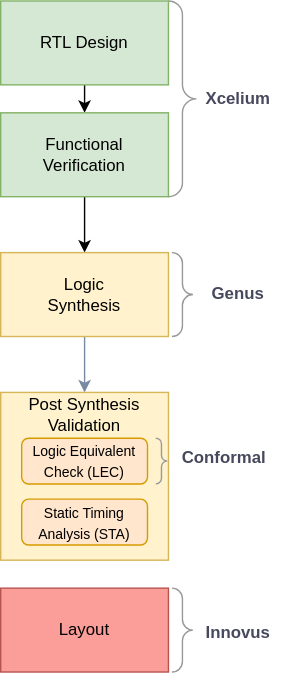
Before: images/design_flow_and_tools.svg, a diagram exported from draw.io (cern143/edabk_SoC_doc). Source tidied: cells renumbered, new cells last; positions are measured from the earlier drawing's top-left corner, leaving out a move shared by most shapes. Its diagram source:
```xml
<mxGraphModel>
  <root>
    <mxCell id="0" />
    <mxCell id="1" parent="0" />
    <mxCell id="2" style="edgeStyle=orthogonalEdgeStyle;rounded=0;jettySize=auto;html=1;exitX=0.5;exitY=1;exitDx=0;exitDy=0;entryX=0.5;entryY=0;entryDx=0;entryDy=0;" parent="1" edge="1" source="3" target="5">
      <mxGeometry relative="1" as="geometry" />
    </mxCell>
    <mxCell id="3" value="RTL Design" style="rounded=0;whiteSpace=wrap;html=1;fillColor=#d5e8d4;strokeColor=#82b366;" parent="1" vertex="1">
      <mxGeometry width="120" height="60" as="geometry" />
    </mxCell>
    <mxCell id="4" style="edgeStyle=orthogonalEdgeStyle;rounded=0;jettySize=auto;html=1;exitX=0.5;exitY=1;exitDx=0;exitDy=0;strokeColor=light-dark(#000000, #6a7a8f);fontColor=#46495D;fillColor=#B2C9AB;" parent="1" edge="1" source="5" target="9">
      <mxGeometry relative="1" as="geometry" />
    </mxCell>
    <mxCell id="5" value="Functional&lt;div&gt;Verification&lt;/div&gt;" style="rounded=0;whiteSpace=wrap;html=1;fillColor=#d5e8d4;strokeColor=#82b366;" parent="1" vertex="1">
      <mxGeometry y="80" width="120" height="60" as="geometry" />
    </mxCell>
    <mxCell id="6" style="labelPosition=right;align=left;strokeWidth=1;shape=mxgraph.mockup.markup.curlyBrace;html=1;shadow=0;dashed=0;strokeColor=#999999;direction=south;" parent="1" vertex="1">
      <mxGeometry x="120" width="20" height="140" as="geometry" />
    </mxCell>
    <mxCell id="7" value="&lt;b&gt;Xcelium&lt;/b&gt;" style="text;html=1;align=center;verticalAlign=middle;whiteSpace=wrap;rounded=0;fontColor=#46495D;" parent="1" vertex="1">
      <mxGeometry x="140" y="55" width="60" height="30" as="geometry" />
    </mxCell>
    <mxCell id="8" style="edgeStyle=orthogonalEdgeStyle;rounded=0;jettySize=auto;html=1;exitX=0.5;exitY=1;exitDx=0;exitDy=0;entryX=0.5;entryY=0;entryDx=0;entryDy=0;strokeColor=#788AA3;fontColor=#46495D;fillColor=#B2C9AB;" parent="1" edge="1" source="9" target="14">
      <mxGeometry relative="1" as="geometry" />
    </mxCell>
    <mxCell id="9" value="Logic&lt;div&gt;Synthesis&lt;/div&gt;" style="rounded=0;whiteSpace=wrap;html=1;fillColor=#fff2cc;strokeColor=#d6b656;" parent="1" vertex="1">
      <mxGeometry y="180" width="120" height="60" as="geometry" />
    </mxCell>
    <mxCell id="10" style="labelPosition=right;align=left;strokeWidth=1;shape=mxgraph.mockup.markup.curlyBrace;html=1;shadow=0;dashed=0;strokeColor=#999999;direction=south;" parent="1" vertex="1">
      <mxGeometry x="120" y="180" width="20" height="60" as="geometry" />
    </mxCell>
    <mxCell id="11" value="&lt;b&gt;Genus&lt;/b&gt;" style="text;html=1;align=center;verticalAlign=middle;whiteSpace=wrap;rounded=0;fontColor=#46495D;" parent="1" vertex="1">
      <mxGeometry x="140" y="188" width="60" height="44" as="geometry" />
    </mxCell>
    <mxCell id="12" style="group;rounded=0;" parent="1" vertex="1">
      <mxGeometry y="280" width="120" height="120" as="geometry" />
    </mxCell>
    <mxCell id="13" style="rounded=0;whiteSpace=wrap;html=1;fillColor=#fff2cc;strokeColor=#d6b656;" parent="12" vertex="1">
      <mxGeometry width="120" height="120" as="geometry" />
    </mxCell>
    <mxCell id="14" value="Post Synthesis Validation" style="text;html=1;align=center;verticalAlign=middle;whiteSpace=wrap;rounded=0;" parent="12" vertex="1">
      <mxGeometry x="15" width="90" height="32.7" as="geometry" />
    </mxCell>
    <mxCell id="15" value="&lt;font style=&quot;font-size: 10px;&quot;&gt;Logic Equivalent&lt;/font&gt;&lt;div&gt;&lt;font style=&quot;font-size: 10px;&quot;&gt;Check (LEC)&lt;/font&gt;&lt;/div&gt;" style="rounded=1;whiteSpace=wrap;html=1;fillColor=#ffe6cc;strokeColor=#d79b00;" parent="12" vertex="1">
      <mxGeometry x="15" y="32.7" width="90" height="32.7" as="geometry" />
    </mxCell>
    <mxCell id="16" value="&lt;span style=&quot;font-size: 10px;&quot;&gt;Static Timing Analysis (STA)&lt;/span&gt;" style="rounded=1;whiteSpace=wrap;html=1;fillColor=#ffe6cc;strokeColor=#d79b00;" parent="12" vertex="1">
      <mxGeometry x="15" y="76.4" width="90" height="32.7" as="geometry" />
    </mxCell>
    <mxCell id="17" style="labelPosition=right;align=left;strokeWidth=1;shape=mxgraph.mockup.markup.curlyBrace;html=1;shadow=0;dashed=0;strokeColor=#999999;direction=south;" parent="12" vertex="1">
      <mxGeometry x="105" y="32.7" width="20" height="32.7" as="geometry" />
    </mxCell>
    <mxCell id="18" value="&lt;b&gt;Conformal&lt;/b&gt;" style="text;html=1;align=center;verticalAlign=middle;whiteSpace=wrap;rounded=0;fontColor=#46495D;" parent="1" vertex="1">
      <mxGeometry x="130" y="305" width="60" height="44" as="geometry" />
    </mxCell>
    <mxCell id="19" value="Layout" style="rounded=0;whiteSpace=wrap;html=1;fillColor=#fb9d98;strokeColor=#b85450;" parent="1" vertex="1">
      <mxGeometry y="420" width="120" height="60" as="geometry" />
    </mxCell>
    <mxCell id="20" style="labelPosition=right;align=left;strokeWidth=1;shape=mxgraph.mockup.markup.curlyBrace;html=1;shadow=0;dashed=0;strokeColor=#999999;direction=south;" parent="1" vertex="1">
      <mxGeometry x="120" y="420" width="20" height="60" as="geometry" />
    </mxCell>
    <mxCell id="21" value="&lt;b&gt;Innovus&lt;/b&gt;" style="text;html=1;align=center;verticalAlign=middle;whiteSpace=wrap;rounded=0;fontColor=#46495D;" parent="1" vertex="1">
      <mxGeometry x="140" y="430" width="60" height="44" as="geometry" />
    </mxCell>
  </root>
</mxGraphModel>
```
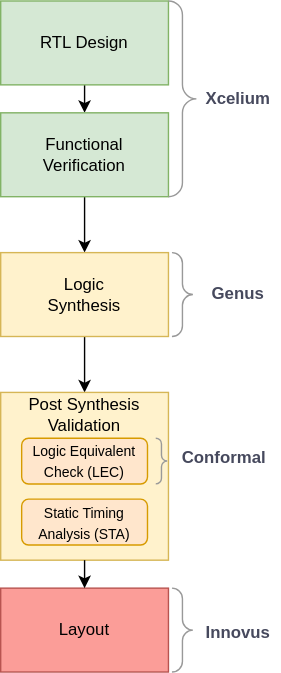
The same diagram one commit later.

What changed in the source:
```diff
@@ -20,7 +20,7 @@
     <mxCell id="7" value="&lt;b&gt;Xcelium&lt;/b&gt;" style="text;html=1;align=center;verticalAlign=middle;whiteSpace=wrap;rounded=0;fontColor=#46495D;" parent="1" vertex="1">
       <mxGeometry x="140" y="55" width="60" height="30" as="geometry" />
     </mxCell>
-    <mxCell id="8" style="edgeStyle=orthogonalEdgeStyle;rounded=0;jettySize=auto;html=1;exitX=0.5;exitY=1;exitDx=0;exitDy=0;entryX=0.5;entryY=0;entryDx=0;entryDy=0;strokeColor=#788AA3;fontColor=#46495D;fillColor=#B2C9AB;" parent="1" edge="1" source="9" target="14">
+    <mxCell id="8" style="edgeStyle=orthogonalEdgeStyle;rounded=0;jettySize=auto;html=1;exitX=0.5;exitY=1;exitDx=0;exitDy=0;entryX=0.5;entryY=0;entryDx=0;entryDy=0;strokeColor=light-dark(#000000, #6a7a8f);fontColor=#46495D;fillColor=#B2C9AB;" parent="1" edge="1" source="9" target="14">
       <mxGeometry relative="1" as="geometry" />
     </mxCell>
     <mxCell id="9" value="Logic&lt;div&gt;Synthesis&lt;/div&gt;" style="rounded=0;whiteSpace=wrap;html=1;fillColor=#fff2cc;strokeColor=#d6b656;" parent="1" vertex="1">
@@ -62,5 +62,8 @@
     <mxCell id="21" value="&lt;b&gt;Innovus&lt;/b&gt;" style="text;html=1;align=center;verticalAlign=middle;whiteSpace=wrap;rounded=0;fontColor=#46495D;" parent="1" vertex="1">
       <mxGeometry x="140" y="430" width="60" height="44" as="geometry" />
     </mxCell>
+    <mxCell id="22" style="edgeStyle=orthogonalEdgeStyle;rounded=0;jettySize=auto;html=1;exitX=0.5;exitY=1;exitDx=0;exitDy=0;entryX=0.5;entryY=0;entryDx=0;entryDy=0;strokeColor=light-dark(#000000, #6a7a8f);fontColor=#46495D;fillColor=#B2C9AB;" parent="1" edge="1" source="13" target="19">
+      <mxGeometry relative="1" as="geometry" />
+    </mxCell>
   </root>
 </mxGraphModel>
```
